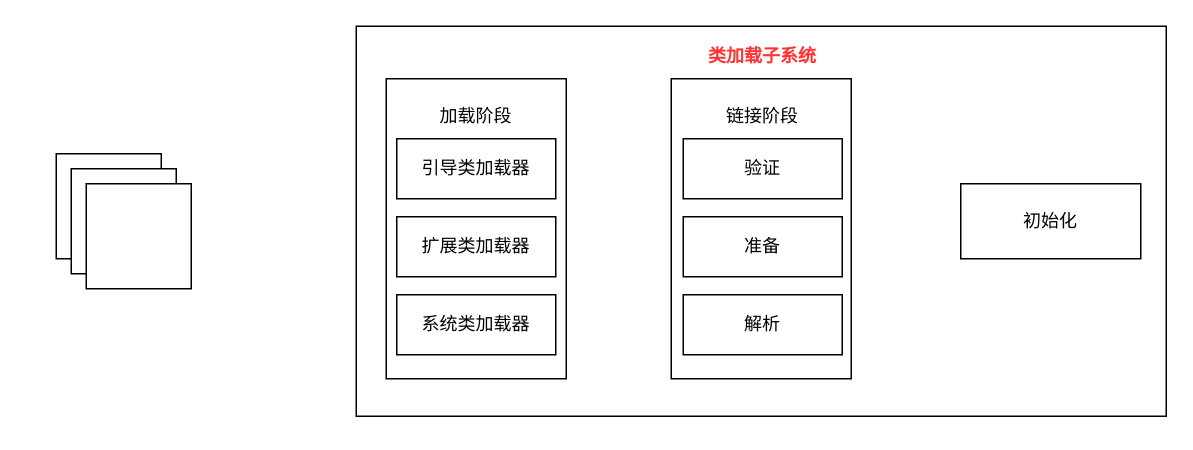
This is JVM上篇内存和垃圾回收/类加载子系统.drawio from niuxiaocong/nyc-jvm, a draw.io file, before an edit. Source tidied: cells renumbered, new cells numbered last; positions are measured from the earlier drawing's top-left corner, leaving out a move shared by most shapes. Both pictures are drawn from the tidied source at 150%, with x=0, y=0 at pixel (56, 26).
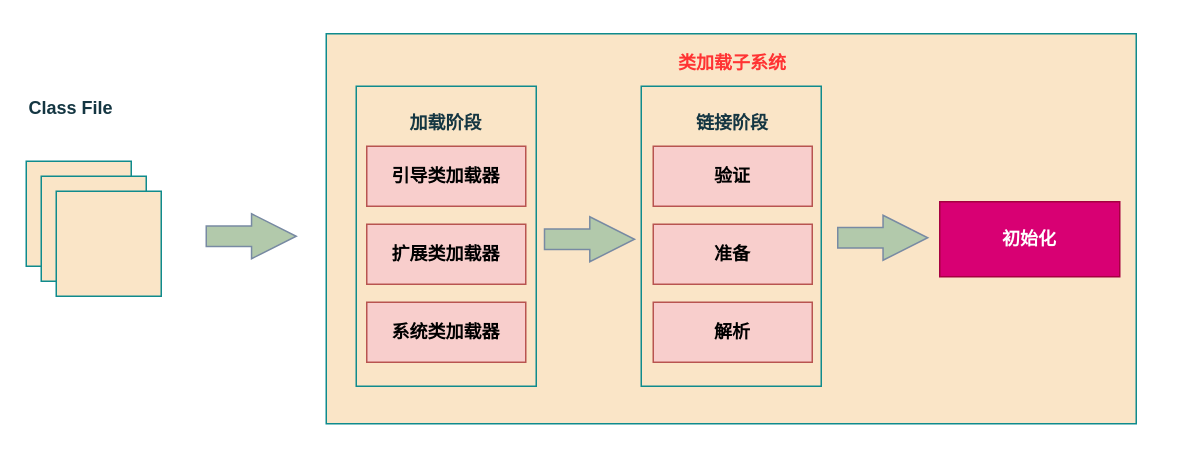
The same page after the edit.

Commit message (it also covers changes not shown here):
类加载子系统.drawio

What changed in the source:
```diff
@@
+    <mxCell id="18" style="group;" parent="1" vertex="1">
+      <mxGeometry x="-20" y="5" width="740" height="260" as="geometry" />
+    </mxCell>
-    <mxCell id="2" style="rounded=0;whiteSpace=wrap;html=1;" parent="1" vertex="1">
+    <mxCell id="2" style="rounded=0;whiteSpace=wrap;html=1;labelBackgroundColor=none;fillColor=#FAE5C7;strokeColor=#0F8B8D;fontColor=#143642;fontStyle=1;" parent="18" vertex="1">
       <mxGeometry y="85" width="70" height="70" as="geometry" />
     </mxCell>
-    <mxCell id="3" style="rounded=0;whiteSpace=wrap;html=1;" parent="1" vertex="1">
+    <mxCell id="3" style="rounded=0;whiteSpace=wrap;html=1;labelBackgroundColor=none;fillColor=#FAE5C7;strokeColor=#0F8B8D;fontColor=#143642;fontStyle=1;" parent="18" vertex="1">
       <mxGeometry x="10" y="95" width="70" height="70" as="geometry" />
     </mxCell>
-    <mxCell id="4" style="rounded=0;whiteSpace=wrap;html=1;" parent="1" vertex="1">
+    <mxCell id="4" style="rounded=0;whiteSpace=wrap;html=1;labelBackgroundColor=none;fillColor=#FAE5C7;strokeColor=#0F8B8D;fontColor=#143642;fontStyle=1;" parent="18" vertex="1">
       <mxGeometry x="20" y="105" width="70" height="70" as="geometry" />
     </mxCell>
-    <mxCell id="5" style="rounded=0;whiteSpace=wrap;html=1;" parent="1" vertex="1">
+    <mxCell id="5" style="rounded=0;whiteSpace=wrap;html=1;labelBackgroundColor=none;fillColor=#FAE5C7;strokeColor=#0F8B8D;fontColor=#143642;fontStyle=1;" parent="18" vertex="1">
       <mxGeometry x="200" width="540" height="260" as="geometry" />
     </mxCell>
-    <mxCell id="6" value="&lt;font color=&quot;#ff3333&quot;&gt;类加载子系统&lt;/font&gt;" style="text;html=1;strokeColor=none;fillColor=none;align=center;verticalAlign=middle;whiteSpace=wrap;rounded=0;fontStyle=1;" parent="1" vertex="1">
+    <mxCell id="6" value="&lt;font color=&quot;#ff3333&quot;&gt;类加载子系统&lt;/font&gt;" style="text;html=1;strokeColor=none;fillColor=none;align=center;verticalAlign=middle;whiteSpace=wrap;rounded=0;fontStyle=1;labelBackgroundColor=none;fontColor=#143642;" parent="18" vertex="1">
       <mxGeometry x="421" y="5" width="100" height="30" as="geometry" />
     </mxCell>
-    <mxCell id="7" style="rounded=0;whiteSpace=wrap;html=1;" parent="1" vertex="1">
+    <mxCell id="7" style="rounded=0;whiteSpace=wrap;html=1;labelBackgroundColor=none;fillColor=#FAE5C7;strokeColor=#0F8B8D;fontColor=#143642;fontStyle=1;" parent="18" vertex="1">
       <mxGeometry x="220" y="35" width="120" height="200" as="geometry" />
     </mxCell>
-    <mxCell id="8" style="rounded=0;whiteSpace=wrap;html=1;" parent="1" vertex="1">
+    <mxCell id="8" style="rounded=0;whiteSpace=wrap;html=1;labelBackgroundColor=none;fillColor=#FAE5C7;strokeColor=#0F8B8D;fontColor=#143642;fontStyle=1;" parent="18" vertex="1">
       <mxGeometry x="410" y="35" width="120" height="200" as="geometry" />
     </mxCell>
-    <mxCell id="9" value="初始化" style="rounded=0;whiteSpace=wrap;html=1;" parent="1" vertex="1">
-      <mxGeometry x="603" y="105" width="120" height="50" as="geometry" />
+    <mxCell id="9" value="初始化" style="rounded=0;whiteSpace=wrap;html=1;labelBackgroundColor=none;fillColor=#d80073;strokeColor=#A50040;fontColor=#ffffff;fontStyle=1;" parent="18" vertex="1">
+      <mxGeometry x="609" y="112" width="120" height="50" as="geometry" />
     </mxCell>
-    <mxCell id="10" value="加载阶段" style="text;html=1;strokeColor=none;fillColor=none;align=center;verticalAlign=middle;whiteSpace=wrap;rounded=0;" parent="1" vertex="1">
+    <mxCell id="10" value="加载阶段" style="text;html=1;strokeColor=none;fillColor=none;align=center;verticalAlign=middle;whiteSpace=wrap;rounded=0;labelBackgroundColor=none;fontColor=#143642;fontStyle=1;" parent="18" vertex="1">
       <mxGeometry x="250" y="45" width="60" height="30" as="geometry" />
     </mxCell>
-    <mxCell id="11" value="链接阶段" style="text;html=1;strokeColor=none;fillColor=none;align=center;verticalAlign=middle;whiteSpace=wrap;rounded=0;" parent="1" vertex="1">
+    <mxCell id="11" value="链接阶段" style="text;html=1;strokeColor=none;fillColor=none;align=center;verticalAlign=middle;whiteSpace=wrap;rounded=0;labelBackgroundColor=none;fontColor=#143642;fontStyle=1;" parent="18" vertex="1">
       <mxGeometry x="441" y="45" width="60" height="30" as="geometry" />
     </mxCell>
-    <mxCell id="12" value="引导类加载器" style="rounded=0;whiteSpace=wrap;html=1;" parent="1" vertex="1">
+    <mxCell id="12" value="引导类加载器" style="rounded=0;whiteSpace=wrap;html=1;labelBackgroundColor=none;fillColor=#f8cecc;strokeColor=#b85450;fontStyle=1;" parent="18" vertex="1">
       <mxGeometry x="227" y="75" width="106" height="40" as="geometry" />
     </mxCell>
-    <mxCell id="13" value="扩展类加载器" style="rounded=0;whiteSpace=wrap;html=1;" parent="1" vertex="1">
+    <mxCell id="13" value="扩展类加载器" style="rounded=0;whiteSpace=wrap;html=1;labelBackgroundColor=none;fillColor=#f8cecc;strokeColor=#b85450;fontStyle=1;" parent="18" vertex="1">
       <mxGeometry x="227" y="127" width="106" height="40" as="geometry" />
     </mxCell>
-    <mxCell id="14" value="系统类加载器" style="rounded=0;whiteSpace=wrap;html=1;" parent="1" vertex="1">
+    <mxCell id="14" value="系统类加载器" style="rounded=0;whiteSpace=wrap;html=1;labelBackgroundColor=none;fillColor=#f8cecc;strokeColor=#b85450;fontStyle=1;" parent="18" vertex="1">
       <mxGeometry x="227" y="179" width="106" height="40" as="geometry" />
     </mxCell>
-    <mxCell id="15" value="验证" style="rounded=0;whiteSpace=wrap;html=1;" parent="1" vertex="1">
+    <mxCell id="15" value="验证" style="rounded=0;whiteSpace=wrap;html=1;labelBackgroundColor=none;fillColor=#f8cecc;strokeColor=#b85450;fontStyle=1;" parent="18" vertex="1">
       <mxGeometry x="418" y="75" width="106" height="40" as="geometry" />
     </mxCell>
-    <mxCell id="16" value="准备" style="rounded=0;whiteSpace=wrap;html=1;" parent="1" vertex="1">
+    <mxCell id="16" value="准备" style="rounded=0;whiteSpace=wrap;html=1;labelBackgroundColor=none;fillColor=#f8cecc;strokeColor=#b85450;fontStyle=1;" parent="18" vertex="1">
       <mxGeometry x="418" y="127" width="106" height="40" as="geometry" />
     </mxCell>
-    <mxCell id="17" value="解析" style="rounded=0;whiteSpace=wrap;html=1;" parent="1" vertex="1">
+    <mxCell id="17" value="解析" style="rounded=0;whiteSpace=wrap;html=1;labelBackgroundColor=none;fillColor=#f8cecc;strokeColor=#b85450;fontStyle=1;" parent="18" vertex="1">
       <mxGeometry x="418" y="179" width="106" height="40" as="geometry" />
     </mxCell>
+    <mxCell id="19" value="Class File" style="text;html=1;strokeColor=none;fillColor=none;align=center;verticalAlign=middle;whiteSpace=wrap;rounded=0;fontColor=#143642;fontStyle=1;" parent="18" vertex="1">
+      <mxGeometry y="35" width="60" height="30" as="geometry" />
+    </mxCell>
+    <mxCell id="20" style="html=1;shadow=0;dashed=0;align=center;verticalAlign=middle;shape=mxgraph.arrows2.arrow;dy=0.54;dx=29.8;direction=east;notch=0;strokeColor=#788AA3;fontColor=#46495D;fillColor=#B2C9AB;" parent="18" vertex="1">
+      <mxGeometry x="120" y="120" width="60" height="30" as="geometry" />
+    </mxCell>
+    <mxCell id="21" style="html=1;shadow=0;dashed=0;align=center;verticalAlign=middle;shape=mxgraph.arrows2.arrow;dy=0.54;dx=29.8;direction=east;notch=0;strokeColor=#788AA3;fontColor=#46495D;fillColor=#B2C9AB;" parent="18" vertex="1">
+      <mxGeometry x="345.5" y="122" width="60" height="30" as="geometry" />
+    </mxCell>
+    <mxCell id="22" style="html=1;shadow=0;dashed=0;align=center;verticalAlign=middle;shape=mxgraph.arrows2.arrow;dy=0.54;dx=29.8;direction=east;notch=0;strokeColor=#788AA3;fontColor=#46495D;fillColor=#B2C9AB;" parent="18" vertex="1">
+      <mxGeometry x="541" y="121" width="60" height="30" as="geometry" />
+    </mxCell>
```
